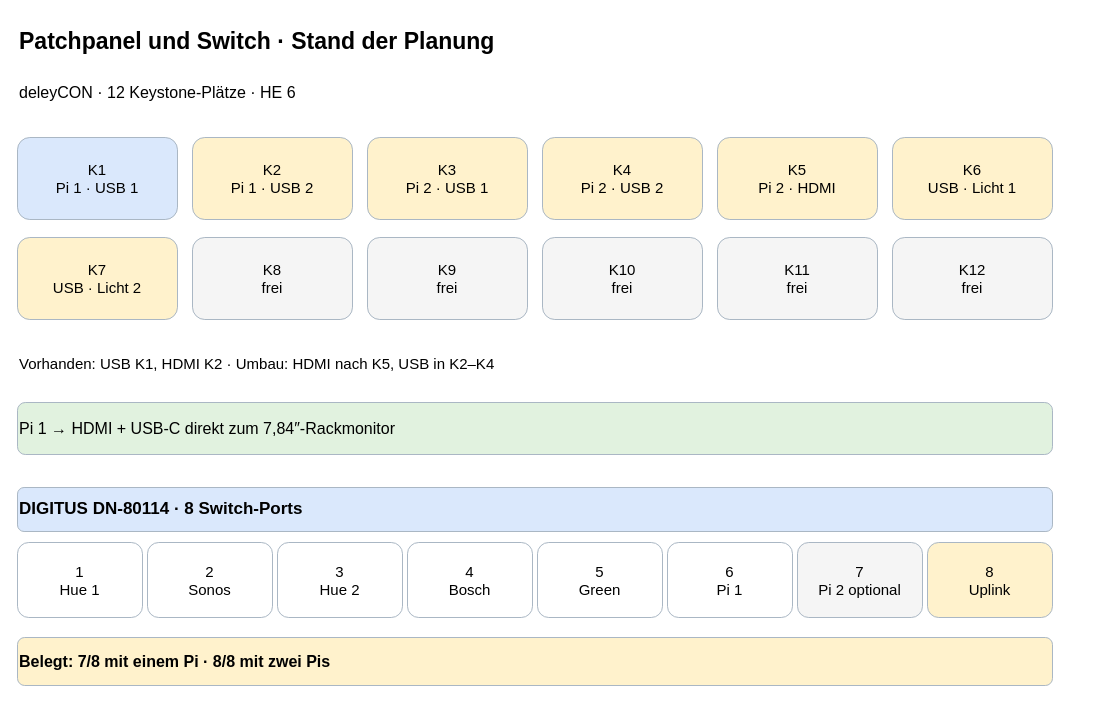
Above: page "Switch und Patchpanel" (4 of 5) of 10-zoll-rack-planung.drawio in tiptronic/diagrams (draw.io), before the change. Source tidied: cells renumbered, new cells numbered last; positions are measured from the earlier drawing's top-left corner, leaving out a move shared by most shapes. Both pictures are drawn from the tidied source at 100%, with x=0, y=0 at pixel (17, 17).
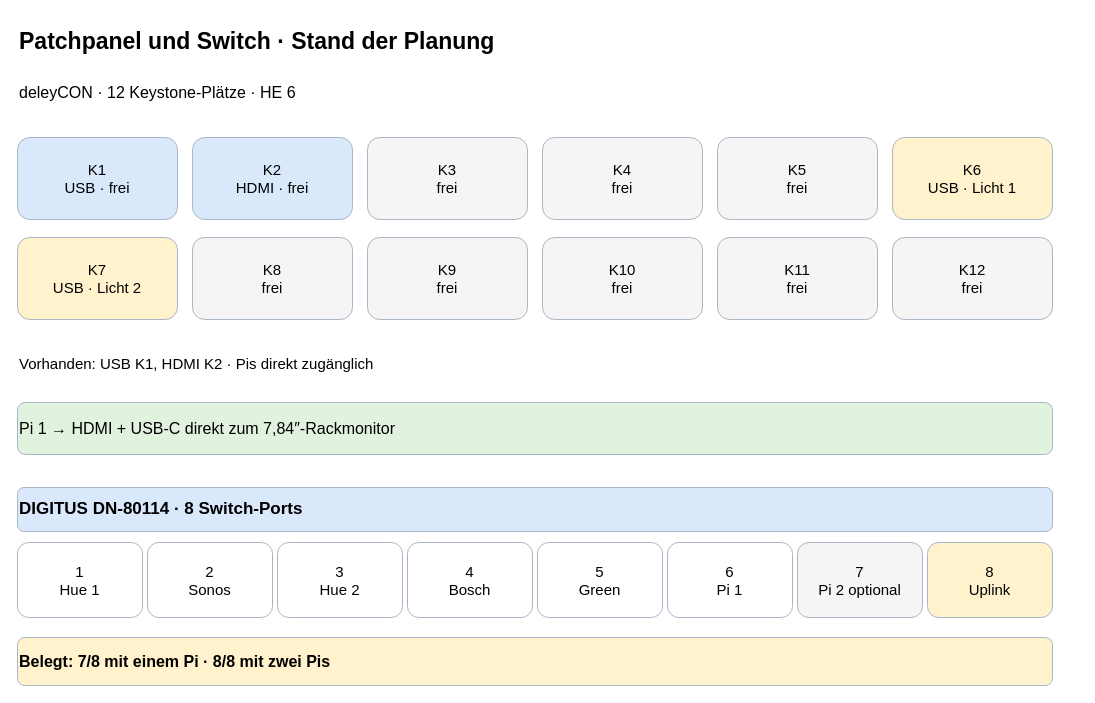
After the change.

Change to the diagram source:
```diff
@@
-    <mxCell id="4" value="K1&#10;Pi 1 · USB 1" style="rounded=1;whiteSpace=wrap;html=1;align=center;verticalAlign=middle;strokeWidth=1;fontSize=15;fillColor=#dae8fc;strokeColor=#aab7c4;" parent="1" vertex="1">
+    <mxCell id="4" value="K1&#10;USB · frei" style="rounded=1;whiteSpace=wrap;html=1;align=center;verticalAlign=middle;strokeWidth=1;fontSize=15;fillColor=#dae8fc;strokeColor=#aab7c4;" parent="1" vertex="1">
       <mxGeometry y="120" width="160" height="82" as="geometry" />
     </mxCell>
-    <mxCell id="5" value="K2&#10;Pi 1 · USB 2" style="rounded=1;whiteSpace=wrap;html=1;align=center;verticalAlign=middle;strokeWidth=1;fontSize=15;fillColor=#fff2cc;strokeColor=#aab7c4;" parent="1" vertex="1">
+    <mxCell id="5" value="K2&#10;HDMI · frei" style="rounded=1;whiteSpace=wrap;html=1;align=center;verticalAlign=middle;strokeWidth=1;fontSize=15;fillColor=#dae8fc;strokeColor=#aab7c4;" parent="1" vertex="1">
       <mxGeometry x="175" y="120" width="160" height="82" as="geometry" />
     </mxCell>
-    <mxCell id="6" value="K3&#10;Pi 2 · USB 1" style="rounded=1;whiteSpace=wrap;html=1;align=center;verticalAlign=middle;strokeWidth=1;fontSize=15;fillColor=#fff2cc;strokeColor=#aab7c4;" parent="1" vertex="1">
+    <mxCell id="6" value="K3&#10;frei" style="rounded=1;whiteSpace=wrap;html=1;align=center;verticalAlign=middle;strokeWidth=1;fontSize=15;fillColor=#f5f5f5;strokeColor=#aab7c4;" parent="1" vertex="1">
       <mxGeometry x="350" y="120" width="160" height="82" as="geometry" />
     </mxCell>
-    <mxCell id="7" value="K4&#10;Pi 2 · USB 2" style="rounded=1;whiteSpace=wrap;html=1;align=center;verticalAlign=middle;strokeWidth=1;fontSize=15;fillColor=#fff2cc;strokeColor=#aab7c4;" parent="1" vertex="1">
+    <mxCell id="7" value="K4&#10;frei" style="rounded=1;whiteSpace=wrap;html=1;align=center;verticalAlign=middle;strokeWidth=1;fontSize=15;fillColor=#f5f5f5;strokeColor=#aab7c4;" parent="1" vertex="1">
       <mxGeometry x="525" y="120" width="160" height="82" as="geometry" />
     </mxCell>
-    <mxCell id="8" value="K5&#10;Pi 2 · HDMI" style="rounded=1;whiteSpace=wrap;html=1;align=center;verticalAlign=middle;strokeWidth=1;fontSize=15;fillColor=#fff2cc;strokeColor=#aab7c4;" parent="1" vertex="1">
+    <mxCell id="8" value="K5&#10;frei" style="rounded=1;whiteSpace=wrap;html=1;align=center;verticalAlign=middle;strokeWidth=1;fontSize=15;fillColor=#f5f5f5;strokeColor=#aab7c4;" parent="1" vertex="1">
       <mxGeometry x="700" y="120" width="160" height="82" as="geometry" />
     </mxCell>
@@
-    <mxCell id="16" value="Vorhanden: USB K1, HDMI K2 · Umbau: HDMI nach K5, USB in K2–K4" style="rounded=1;whiteSpace=wrap;html=1;align=left;verticalAlign=middle;strokeWidth=1;fontSize=15;fillColor=#ffffff;strokeColor=#ffffff;" parent="1" vertex="1">
+    <mxCell id="16" value="Vorhanden: USB K1, HDMI K2 · Pis direkt zugänglich" style="rounded=1;whiteSpace=wrap;html=1;align=left;verticalAlign=middle;strokeWidth=1;fontSize=15;fillColor=#ffffff;strokeColor=#ffffff;" parent="1" vertex="1">
       <mxGeometry y="325" width="1035" height="42" as="geometry" />
     </mxCell>
```
